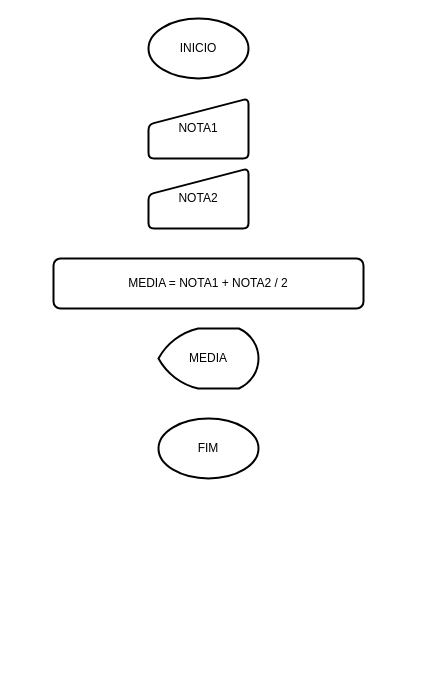
The draw.io diagram Untitled Diagram.drawio in spereirajean/estudos2025, before the edit. Source tidied: cells renumbered, new cells numbered last; positions are measured from the earlier drawing's top-left corner, leaving out a move shared by most shapes. Both pictures are drawn from the tidied source at 100%, with x=0, y=0 at pixel (53, 18).
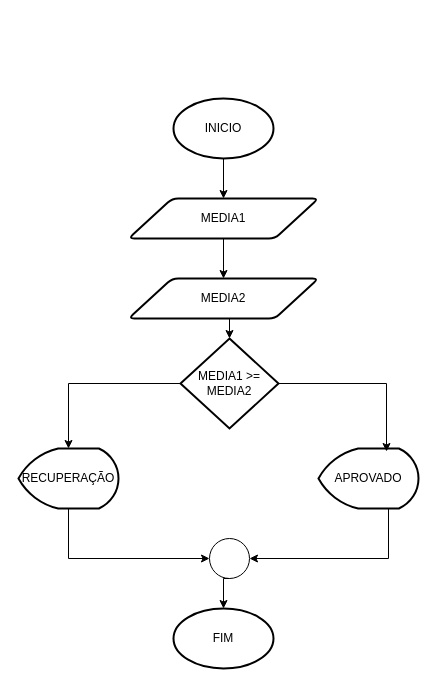
After the change.

The edit, as a diff of the source:
```diff
@@
 <mxGraphModel>
   <root>
     <mxCell id="0" />
     <mxCell id="1" parent="0" />
+    <mxCell id="3" value="FIM" style="strokeWidth=2;html=1;shape=mxgraph.flowchart.start_1;whiteSpace=wrap;" parent="1" vertex="1">
+      <mxGeometry x="120" y="590" width="100" height="60" as="geometry" />
+    </mxCell>
+    <mxCell id="8" style="edgeStyle=orthogonalEdgeStyle;rounded=0;jettySize=auto;html=1;exitX=0.5;exitY=1;exitDx=0;exitDy=0;exitPerimeter=0;entryX=0.5;entryY=0;entryDx=0;entryDy=0;" parent="1" edge="1" source="2" target="10">
+      <mxGeometry relative="1" as="geometry" />
+    </mxCell>
     <mxCell id="2" value="INICIO" style="strokeWidth=2;html=1;shape=mxgraph.flowchart.start_1;whiteSpace=wrap;" parent="1" vertex="1">
-      <mxGeometry x="95" width="100" height="60" as="geometry" />
+      <mxGeometry x="120" y="80" width="100" height="60" as="geometry" />
     </mxCell>
-    <mxCell id="3" value="FIM" style="strokeWidth=2;html=1;shape=mxgraph.flowchart.start_1;whiteSpace=wrap;" parent="1" vertex="1">
-      <mxGeometry x="105" y="400" width="100" height="60" as="geometry" />
-    </mxCell>
-    <mxCell id="4" value="NOTA2" style="html=1;strokeWidth=2;shape=manualInput;whiteSpace=wrap;rounded=1;size=26;arcSize=11;" parent="1" vertex="1">
-      <mxGeometry x="95" y="150" width="100" height="60" as="geometry" />
-    </mxCell>
-    <mxCell id="5" value="NOTA1" style="html=1;strokeWidth=2;shape=manualInput;whiteSpace=wrap;rounded=1;size=26;arcSize=11;" parent="1" vertex="1">
-      <mxGeometry x="95" y="80" width="100" height="60" as="geometry" />
-    </mxCell>
-    <mxCell id="6" value="MEDIA = NOTA1 + NOTA2 / 2" style="rounded=1;whiteSpace=wrap;html=1;absoluteArcSize=1;arcSize=14;strokeWidth=2;" parent="1" vertex="1">
-      <mxGeometry y="240" width="310" height="50" as="geometry" />
-    </mxCell>
-    <mxCell id="7" value="MEDIA" style="strokeWidth=2;html=1;shape=mxgraph.flowchart.display;whiteSpace=wrap;" parent="1" vertex="1">
-      <mxGeometry x="105" y="310" width="100" height="60" as="geometry" />
-    </mxCell>
+    <mxCell id="9" style="edgeStyle=orthogonalEdgeStyle;rounded=0;jettySize=auto;html=1;exitX=0.5;exitY=1;exitDx=0;exitDy=0;entryX=0.5;entryY=0;entryDx=0;entryDy=0;" parent="1" edge="1" source="10" target="11">
+      <mxGeometry relative="1" as="geometry" />
+    </mxCell>
+    <mxCell id="10" value="MEDIA1" style="shape=parallelogram;html=1;strokeWidth=2;perimeter=parallelogramPerimeter;whiteSpace=wrap;rounded=1;arcSize=12;size=0.23;" parent="1" vertex="1">
+      <mxGeometry x="75" y="180" width="190" height="40" as="geometry" />
+    </mxCell>
+    <mxCell id="11" value="MEDIA2" style="shape=parallelogram;html=1;strokeWidth=2;perimeter=parallelogramPerimeter;whiteSpace=wrap;rounded=1;arcSize=12;size=0.23;" parent="1" vertex="1">
+      <mxGeometry x="75" y="260" width="190" height="40" as="geometry" />
+    </mxCell>
+    <mxCell id="12" value="MEDIA1 &amp;gt;= MEDIA2" style="strokeWidth=2;html=1;shape=mxgraph.flowchart.decision;whiteSpace=wrap;" parent="1" vertex="1">
+      <mxGeometry x="127" y="320" width="98" height="90" as="geometry" />
+    </mxCell>
+    <mxCell id="13" value="RECUPERAÇÃO" style="strokeWidth=2;html=1;shape=mxgraph.flowchart.display;whiteSpace=wrap;" parent="1" vertex="1">
+      <mxGeometry x="-35" y="430" width="100" height="60" as="geometry" />
+    </mxCell>
+    <mxCell id="14" value="APROVADO" style="strokeWidth=2;html=1;shape=mxgraph.flowchart.display;whiteSpace=wrap;" parent="1" vertex="1">
+      <mxGeometry x="265" y="430" width="100" height="60" as="geometry" />
+    </mxCell>
+    <mxCell id="15" style="edgeStyle=orthogonalEdgeStyle;rounded=0;jettySize=auto;html=1;exitX=0;exitY=0.5;exitDx=0;exitDy=0;exitPerimeter=0;entryX=0.5;entryY=0;entryDx=0;entryDy=0;entryPerimeter=0;" parent="1" edge="1" source="12" target="13">
+      <mxGeometry relative="1" as="geometry" />
+    </mxCell>
+    <mxCell id="16" style="edgeStyle=orthogonalEdgeStyle;rounded=0;jettySize=auto;html=1;exitX=1;exitY=0.5;exitDx=0;exitDy=0;exitPerimeter=0;entryX=0.68;entryY=0.05;entryDx=0;entryDy=0;entryPerimeter=0;" parent="1" edge="1" source="12" target="14">
+      <mxGeometry relative="1" as="geometry" />
+    </mxCell>
+    <mxCell id="17" style="edgeStyle=orthogonalEdgeStyle;rounded=0;jettySize=auto;html=1;exitX=0.5;exitY=1;exitDx=0;exitDy=0;entryX=0.5;entryY=0;entryDx=0;entryDy=0;entryPerimeter=0;" parent="1" edge="1" source="11" target="12">
+      <mxGeometry relative="1" as="geometry" />
+    </mxCell>
+    <mxCell id="18" style="verticalLabelPosition=bottom;verticalAlign=top;html=1;shape=mxgraph.flowchart.on-page_reference;" parent="1" vertex="1">
+      <mxGeometry x="156" y="520" width="40" height="40" as="geometry" />
+    </mxCell>
+    <mxCell id="19" style="edgeStyle=orthogonalEdgeStyle;rounded=0;jettySize=auto;html=1;exitX=0.5;exitY=1;exitDx=0;exitDy=0;exitPerimeter=0;entryX=1;entryY=0.5;entryDx=0;entryDy=0;entryPerimeter=0;" parent="1" edge="1" source="14" target="18">
+      <mxGeometry relative="1" as="geometry">
+        <Array as="points">
+          <mxPoint x="335" y="490" />
+          <mxPoint x="335" y="540" />
+        </Array>
+      </mxGeometry>
+    </mxCell>
+    <mxCell id="20" style="edgeStyle=orthogonalEdgeStyle;rounded=0;jettySize=auto;html=1;exitX=0.5;exitY=1;exitDx=0;exitDy=0;exitPerimeter=0;entryX=0;entryY=0.5;entryDx=0;entryDy=0;entryPerimeter=0;" parent="1" edge="1" source="13" target="18">
+      <mxGeometry relative="1" as="geometry" />
+    </mxCell>
+    <mxCell id="21" style="edgeStyle=orthogonalEdgeStyle;rounded=0;jettySize=auto;html=1;exitX=0.5;exitY=1;exitDx=0;exitDy=0;exitPerimeter=0;entryX=0.5;entryY=0;entryDx=0;entryDy=0;entryPerimeter=0;" parent="1" edge="1" source="18" target="3">
+      <mxGeometry relative="1" as="geometry" />
+    </mxCell>
   </root>
 </mxGraphModel>
```
